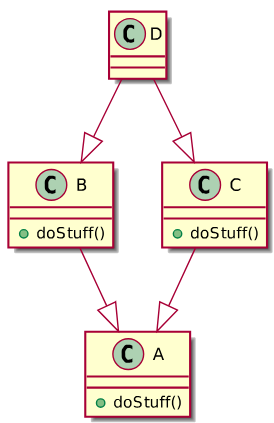
2DGD-F0TH/2DGD_F0TH keeps this PlantUML diagram as images/computer_science/diamond.svg. Above is the earlier version. Its source is kept beside it as raw_resources/images/computer_science/diamond.puml. Its diagram source:
```plantuml
@startuml
class A{
    + doStuff()
}

class B{
    + doStuff()
}

class C{
    + doStuff()
}


B --|> A
C --|> A
D --|> B
D --|> C
@enduml
```
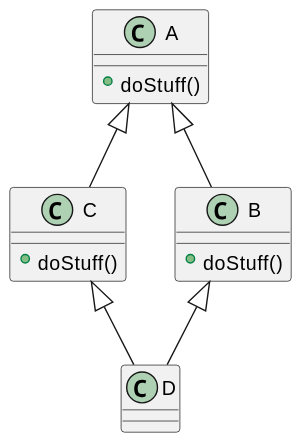
The same file after the commit.

What changed in the source:
```diff
@@ -12,8 +12,8 @@
 }
 
 
-B --|> A
-C --|> A
-D --|> B
-D --|> C
+B -up-|> A
+C -up-|> A
+D -up-|> B
+D -up-|> C
 @enduml
```
